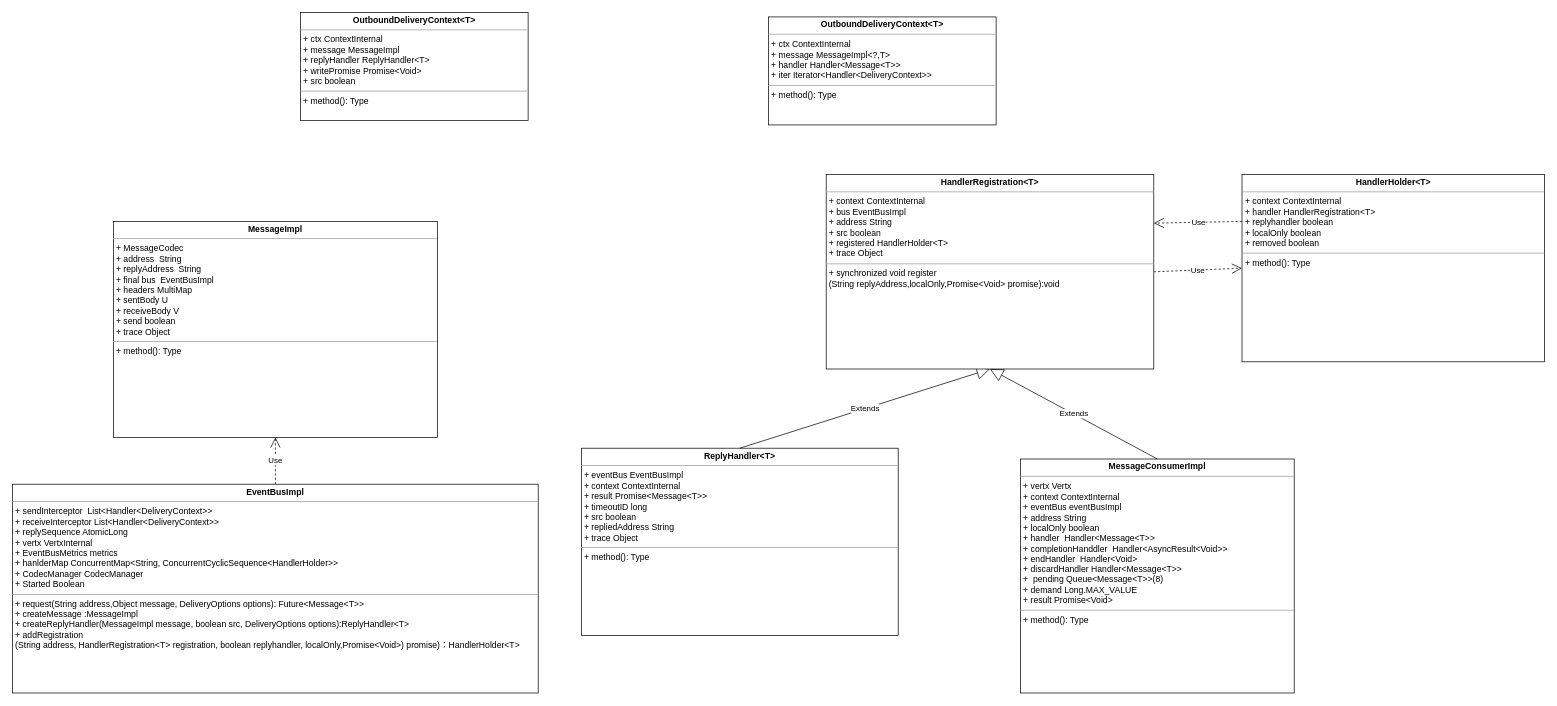
Earlier version of the draw.io diagram page "EventBus" (2 of 2) of VertX.drawio (Echidnaaa/draw). Source tidied: cells renumbered, new cells numbered last; positions are measured from the earlier drawing's top-left corner, leaving out a move shared by most shapes. Both pictures are drawn from the tidied source at 72%, with x=0, y=0 at pixel (12, 12).
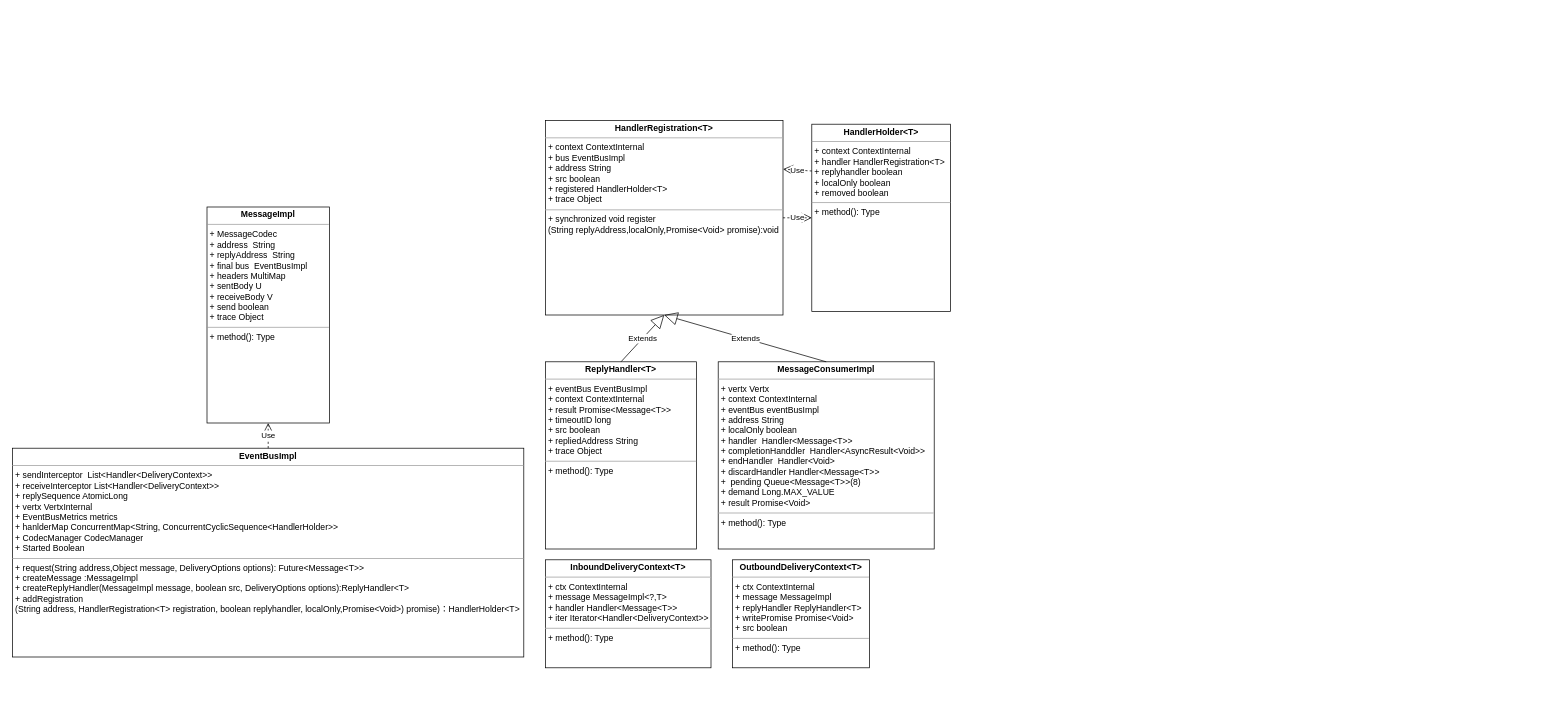
After the change.

Change to the diagram source:
```diff
@@
 <mxGraphModel>
   <root>
     <mxCell id="0" />
     <mxCell id="1" parent="0" />
     <mxCell id="2" value="&lt;p style=&quot;margin: 0px ; margin-top: 4px ; text-align: center&quot;&gt;&lt;b&gt;EventBusImpl&lt;/b&gt;&lt;/p&gt;&lt;hr size=&quot;1&quot;&gt;&lt;p style=&quot;margin: 0px ; margin-left: 4px&quot;&gt;+ sendInterceptor&amp;nbsp; List&amp;lt;Handler&amp;lt;DeliveryContext&amp;gt;&amp;gt;&lt;/p&gt;&lt;p style=&quot;margin: 0px ; margin-left: 4px&quot;&gt;+ receiveInterceptor List&amp;lt;Handler&amp;lt;DeliveryContext&amp;gt;&amp;gt;&lt;/p&gt;&lt;p style=&quot;margin: 0px ; margin-left: 4px&quot;&gt;+ replySequence AtomicLong&lt;/p&gt;&lt;p style=&quot;margin: 0px ; margin-left: 4px&quot;&gt;+ vertx VertxInternal&lt;/p&gt;&lt;p style=&quot;margin: 0px ; margin-left: 4px&quot;&gt;+ EventBusMetrics metrics&lt;/p&gt;&lt;p style=&quot;margin: 0px ; margin-left: 4px&quot;&gt;+ hanlderMap ConcurrentMap&amp;lt;String, ConcurrentCyclicSequence&amp;lt;HandlerHolder&amp;gt;&amp;gt;&lt;/p&gt;&lt;p style=&quot;margin: 0px ; margin-left: 4px&quot;&gt;+ CodecManager CodecManager&lt;/p&gt;&lt;p style=&quot;margin: 0px ; margin-left: 4px&quot;&gt;+ Started Boolean&lt;/p&gt;&lt;hr size=&quot;1&quot;&gt;&lt;p style=&quot;margin: 0px ; margin-left: 4px&quot;&gt;+ request(String address,Object message, DeliveryOptions options): Future&amp;lt;Message&amp;lt;T&amp;gt;&amp;gt;&lt;/p&gt;&lt;p style=&quot;margin: 0px ; margin-left: 4px&quot;&gt;+ createMessage :MessageImpl&lt;/p&gt;&lt;p style=&quot;margin: 0px ; margin-left: 4px&quot;&gt;+ createReplyHandler(MessageImpl message, boolean src, DeliveryOptions options):ReplyHandler&amp;lt;T&amp;gt;&lt;/p&gt;&lt;p style=&quot;margin: 0px ; margin-left: 4px&quot;&gt;+ addRegistration&lt;/p&gt;&lt;p style=&quot;margin: 0px ; margin-left: 4px&quot;&gt;(String address, HandlerRegistration&amp;lt;T&amp;gt; registration, boolean replyhandler, localOnly,Promise&amp;lt;Void&amp;gt;) promise)：HandlerHolder&amp;lt;T&amp;gt;&lt;/p&gt;" style="verticalAlign=top;align=left;overflow=fill;fontSize=12;fontFamily=Helvetica;html=1;" parent="1" vertex="1">
-      <mxGeometry y="655" width="730" height="290" as="geometry" />
+      <mxGeometry y="605" width="710" height="290" as="geometry" />
     </mxCell>
     <mxCell id="3" value="&lt;p style=&quot;margin: 0px ; margin-top: 4px ; text-align: center&quot;&gt;&lt;b&gt;MessageImpl&lt;/b&gt;&lt;/p&gt;&lt;hr size=&quot;1&quot;&gt;&lt;p style=&quot;margin: 0px ; margin-left: 4px&quot;&gt;+ MessageCodec&lt;/p&gt;&lt;p style=&quot;margin: 0px ; margin-left: 4px&quot;&gt;+ address&amp;nbsp; String&lt;/p&gt;&lt;p style=&quot;margin: 0px ; margin-left: 4px&quot;&gt;+ replyAddress&amp;nbsp; String&lt;/p&gt;&lt;p style=&quot;margin: 0px ; margin-left: 4px&quot;&gt;+ final bus&amp;nbsp; EventBusImpl&lt;/p&gt;&lt;p style=&quot;margin: 0px ; margin-left: 4px&quot;&gt;+ headers MultiMap&lt;/p&gt;&lt;p style=&quot;margin: 0px ; margin-left: 4px&quot;&gt;+ sentBody U&lt;/p&gt;&lt;p style=&quot;margin: 0px ; margin-left: 4px&quot;&gt;+ receiveBody V&lt;/p&gt;&lt;p style=&quot;margin: 0px ; margin-left: 4px&quot;&gt;+ send boolean&lt;/p&gt;&lt;p style=&quot;margin: 0px ; margin-left: 4px&quot;&gt;+ trace Object&lt;/p&gt;&lt;hr size=&quot;1&quot;&gt;&lt;p style=&quot;margin: 0px ; margin-left: 4px&quot;&gt;+ method(): Type&lt;/p&gt;" style="verticalAlign=top;align=left;overflow=fill;fontSize=12;fontFamily=Helvetica;html=1;" parent="1" vertex="1">
-      <mxGeometry x="140" y="290" width="450" height="300" as="geometry" />
+      <mxGeometry x="270" y="270" width="170" height="300" as="geometry" />
     </mxCell>
     <mxCell id="4" value="Use" style="endArrow=open;endSize=12;dashed=1;html=1;exitX=0.5;exitY=0;exitDx=0;exitDy=0;entryX=0.5;entryY=1;entryDx=0;entryDy=0;" parent="1" edge="1" source="2" target="3">
       <mxGeometry relative="1" as="geometry" />
     </mxCell>
     <mxCell id="5" value="&lt;p style=&quot;margin: 0px ; margin-top: 4px ; text-align: center&quot;&gt;&lt;b&gt;ReplyHandler&amp;lt;T&amp;gt;&lt;/b&gt;&lt;/p&gt;&lt;hr size=&quot;1&quot;&gt;&lt;p style=&quot;margin: 0px ; margin-left: 4px&quot;&gt;+ eventBus EventBusImpl&lt;/p&gt;&lt;p style=&quot;margin: 0px ; margin-left: 4px&quot;&gt;+ context ContextInternal&lt;/p&gt;&lt;p style=&quot;margin: 0px ; margin-left: 4px&quot;&gt;+ result Promise&amp;lt;Message&amp;lt;T&amp;gt;&amp;gt;&lt;/p&gt;&lt;p style=&quot;margin: 0px ; margin-left: 4px&quot;&gt;+ timeoutID long&lt;/p&gt;&lt;p style=&quot;margin: 0px ; margin-left: 4px&quot;&gt;+ src boolean&lt;/p&gt;&lt;p style=&quot;margin: 0px ; margin-left: 4px&quot;&gt;+ repliedAddress String&lt;/p&gt;&lt;p style=&quot;margin: 0px ; margin-left: 4px&quot;&gt;+ trace Object&lt;/p&gt;&lt;hr size=&quot;1&quot;&gt;&lt;p style=&quot;margin: 0px ; margin-left: 4px&quot;&gt;+ method(): Type&lt;/p&gt;" style="verticalAlign=top;align=left;overflow=fill;fontSize=12;fontFamily=Helvetica;html=1;" parent="1" vertex="1">
-      <mxGeometry x="790" y="605" width="440" height="260" as="geometry" />
+      <mxGeometry x="740" y="485" width="210" height="260" as="geometry" />
     </mxCell>
     <mxCell id="6" value="Extends" style="endArrow=block;endSize=16;endFill=0;html=1;exitX=0.5;exitY=0;exitDx=0;exitDy=0;entryX=0.5;entryY=1;entryDx=0;entryDy=0;" parent="1" edge="1" source="5" target="7">
       <mxGeometry relative="1" as="geometry" />
     </mxCell>
     <mxCell id="7" value="&lt;p style=&quot;margin: 0px ; margin-top: 4px ; text-align: center&quot;&gt;&lt;b&gt;HandlerRegistration&amp;lt;T&amp;gt;&lt;/b&gt;&lt;/p&gt;&lt;hr size=&quot;1&quot;&gt;&lt;p style=&quot;margin: 0px ; margin-left: 4px&quot;&gt;+ context ContextInternal&lt;/p&gt;&lt;p style=&quot;margin: 0px ; margin-left: 4px&quot;&gt;+ bus EventBusImpl&lt;/p&gt;&lt;p style=&quot;margin: 0px ; margin-left: 4px&quot;&gt;+ address String&lt;/p&gt;&lt;p style=&quot;margin: 0px ; margin-left: 4px&quot;&gt;+ src boolean&lt;/p&gt;&lt;p style=&quot;margin: 0px ; margin-left: 4px&quot;&gt;+ registered HandlerHolder&amp;lt;T&amp;gt;&lt;/p&gt;&lt;p style=&quot;margin: 0px ; margin-left: 4px&quot;&gt;+ trace Object&lt;/p&gt;&lt;hr size=&quot;1&quot;&gt;&lt;p style=&quot;margin: 0px ; margin-left: 4px&quot;&gt;+ synchronized void register&lt;/p&gt;&lt;p style=&quot;margin: 0px ; margin-left: 4px&quot;&gt;(String replyAddress,localOnly,Promise&amp;lt;Void&amp;gt; promise):void&lt;/p&gt;" style="verticalAlign=top;align=left;overflow=fill;fontSize=12;fontFamily=Helvetica;html=1;" parent="1" vertex="1">
-      <mxGeometry x="1130" y="225" width="455" height="270" as="geometry" />
+      <mxGeometry x="740" y="150" width="330" height="270" as="geometry" />
     </mxCell>
     <mxCell id="8" value="&lt;p style=&quot;margin: 0px ; margin-top: 4px ; text-align: center&quot;&gt;&lt;b&gt;HandlerHolder&amp;lt;T&amp;gt;&lt;/b&gt;&lt;/p&gt;&lt;hr size=&quot;1&quot;&gt;&lt;p style=&quot;margin: 0px ; margin-left: 4px&quot;&gt;+ context ContextInternal&lt;/p&gt;&lt;p style=&quot;margin: 0px ; margin-left: 4px&quot;&gt;+ handler HandlerRegistration&amp;lt;T&amp;gt;&lt;br&gt;+ replyhandler boolean&lt;/p&gt;&lt;p style=&quot;margin: 0px ; margin-left: 4px&quot;&gt;+ localOnly boolean&lt;/p&gt;&lt;p style=&quot;margin: 0px ; margin-left: 4px&quot;&gt;+ removed boolean&lt;/p&gt;&lt;hr size=&quot;1&quot;&gt;&lt;p style=&quot;margin: 0px ; margin-left: 4px&quot;&gt;+ method(): Type&lt;/p&gt;" style="verticalAlign=top;align=left;overflow=fill;fontSize=12;fontFamily=Helvetica;html=1;" parent="1" vertex="1">
-      <mxGeometry x="1707.5" y="225" width="420" height="260" as="geometry" />
+      <mxGeometry x="1110" y="155" width="192.5" height="260" as="geometry" />
     </mxCell>
     <mxCell id="9" value="Use" style="endArrow=open;endSize=12;dashed=1;html=1;exitX=1;exitY=0.5;exitDx=0;exitDy=0;entryX=0;entryY=0.5;entryDx=0;entryDy=0;" parent="1" edge="1" source="7" target="8">
       <mxGeometry relative="1" as="geometry" />
     </mxCell>
     <mxCell id="10" value="Use" style="endArrow=open;endSize=12;dashed=1;html=1;exitX=0;exitY=0.25;exitDx=0;exitDy=0;entryX=1;entryY=0.25;entryDx=0;entryDy=0;" parent="1" edge="1" source="8" target="7">
       <mxGeometry relative="1" as="geometry" />
     </mxCell>
     <mxCell id="11" value="&lt;p style=&quot;margin: 0px ; margin-top: 4px ; text-align: center&quot;&gt;&lt;b&gt;MessageConsumerImpl&lt;/b&gt;&lt;/p&gt;&lt;hr size=&quot;1&quot;&gt;&lt;p style=&quot;margin: 0px ; margin-left: 4px&quot;&gt;+ vertx Vertx&lt;/p&gt;&lt;p style=&quot;margin: 0px ; margin-left: 4px&quot;&gt;+ context ContextInternal&lt;/p&gt;&lt;p style=&quot;margin: 0px ; margin-left: 4px&quot;&gt;+ eventBus eventBusImpl&lt;/p&gt;&lt;p style=&quot;margin: 0px ; margin-left: 4px&quot;&gt;+ address String&lt;/p&gt;&lt;p style=&quot;margin: 0px ; margin-left: 4px&quot;&gt;+ localOnly boolean&lt;/p&gt;&lt;p style=&quot;margin: 0px ; margin-left: 4px&quot;&gt;+ handler&amp;nbsp; Handler&amp;lt;Message&amp;lt;T&amp;gt;&amp;gt;&lt;/p&gt;&lt;p style=&quot;margin: 0px ; margin-left: 4px&quot;&gt;+ completionHanddler&amp;nbsp; Handler&amp;lt;AsyncResult&amp;lt;Void&amp;gt;&amp;gt;&lt;/p&gt;&lt;p style=&quot;margin: 0px ; margin-left: 4px&quot;&gt;+ endHandler&amp;nbsp; Handler&amp;lt;Void&amp;gt;&lt;/p&gt;&lt;p style=&quot;margin: 0px ; margin-left: 4px&quot;&gt;+ discardHandler Handler&amp;lt;Message&amp;lt;T&amp;gt;&amp;gt;&lt;/p&gt;&lt;p style=&quot;margin: 0px ; margin-left: 4px&quot;&gt;+&amp;nbsp; pending Queue&amp;lt;Message&amp;lt;T&amp;gt;&amp;gt;(8)&lt;/p&gt;&lt;p style=&quot;margin: 0px ; margin-left: 4px&quot;&gt;+ demand Long.MAX_VALUE&lt;/p&gt;&lt;p style=&quot;margin: 0px ; margin-left: 4px&quot;&gt;+ result Promise&amp;lt;Void&amp;gt;&lt;/p&gt;&lt;hr size=&quot;1&quot;&gt;&lt;p style=&quot;margin: 0px ; margin-left: 4px&quot;&gt;+ method(): Type&lt;/p&gt;" style="verticalAlign=top;align=left;overflow=fill;fontSize=12;fontFamily=Helvetica;html=1;" parent="1" vertex="1">
-      <mxGeometry x="1400" y="620" width="380" height="325" as="geometry" />
+      <mxGeometry x="980" y="485" width="300" height="260" as="geometry" />
     </mxCell>
     <mxCell id="12" value="Extends" style="endArrow=block;endSize=16;endFill=0;html=1;exitX=0.5;exitY=0;exitDx=0;exitDy=0;entryX=0.5;entryY=1;entryDx=0;entryDy=0;" parent="1" edge="1" source="11" target="7">
       <mxGeometry relative="1" as="geometry" />
     </mxCell>
     <mxCell id="13" value="&lt;p style=&quot;margin: 0px ; margin-top: 4px ; text-align: center&quot;&gt;&lt;b&gt;OutboundDeliveryContext&amp;lt;T&amp;gt;&lt;/b&gt;&lt;/p&gt;&lt;hr size=&quot;1&quot;&gt;&lt;p style=&quot;margin: 0px ; margin-left: 4px&quot;&gt;+ ctx ContextInternal&lt;/p&gt;&lt;p style=&quot;margin: 0px ; margin-left: 4px&quot;&gt;+ message MessageImpl&lt;/p&gt;&lt;p style=&quot;margin: 0px ; margin-left: 4px&quot;&gt;+ replyHandler ReplyHandler&amp;lt;T&amp;gt;&lt;/p&gt;&lt;p style=&quot;margin: 0px ; margin-left: 4px&quot;&gt;+ writePromise Promise&amp;lt;Void&amp;gt;&lt;/p&gt;&lt;p style=&quot;margin: 0px ; margin-left: 4px&quot;&gt;+ src boolean&lt;/p&gt;&lt;hr size=&quot;1&quot;&gt;&lt;p style=&quot;margin: 0px ; margin-left: 4px&quot;&gt;+ method(): Type&lt;/p&gt;" style="verticalAlign=top;align=left;overflow=fill;fontSize=12;fontFamily=Helvetica;html=1;" parent="1" vertex="1">
-      <mxGeometry x="400" width="316" height="150" as="geometry" />
+      <mxGeometry x="1000" y="760" width="190" height="150" as="geometry" />
     </mxCell>
-    <mxCell id="14" value="&lt;p style=&quot;margin: 0px ; margin-top: 4px ; text-align: center&quot;&gt;&lt;b&gt;OutboundDeliveryContext&amp;lt;T&amp;gt;&lt;/b&gt;&lt;/p&gt;&lt;hr size=&quot;1&quot;&gt;&lt;p style=&quot;margin: 0px ; margin-left: 4px&quot;&gt;+ ctx ContextInternal&lt;/p&gt;&lt;p style=&quot;margin: 0px ; margin-left: 4px&quot;&gt;+ message MessageImpl&amp;lt;?,T&amp;gt;&lt;/p&gt;&lt;p style=&quot;margin: 0px ; margin-left: 4px&quot;&gt;+ handler Handler&amp;lt;Message&amp;lt;T&amp;gt;&amp;gt;&lt;/p&gt;&lt;p style=&quot;margin: 0px ; margin-left: 4px&quot;&gt;+ iter Iterator&amp;lt;Handler&amp;lt;DeliveryContext&amp;gt;&amp;gt;&lt;br&gt;&lt;/p&gt;&lt;hr size=&quot;1&quot;&gt;&lt;p style=&quot;margin: 0px ; margin-left: 4px&quot;&gt;+ method(): Type&lt;/p&gt;" style="verticalAlign=top;align=left;overflow=fill;fontSize=12;fontFamily=Helvetica;html=1;" parent="1" vertex="1">
-      <mxGeometry x="1050" y="6" width="316" height="150" as="geometry" />
+    <mxCell id="14" value="&lt;p style=&quot;margin: 0px ; margin-top: 4px ; text-align: center&quot;&gt;&lt;b&gt;InboundDeliveryContext&amp;lt;T&amp;gt;&lt;/b&gt;&lt;/p&gt;&lt;hr size=&quot;1&quot;&gt;&lt;p style=&quot;margin: 0px ; margin-left: 4px&quot;&gt;+ ctx ContextInternal&lt;/p&gt;&lt;p style=&quot;margin: 0px ; margin-left: 4px&quot;&gt;+ message MessageImpl&amp;lt;?,T&amp;gt;&lt;/p&gt;&lt;p style=&quot;margin: 0px ; margin-left: 4px&quot;&gt;+ handler Handler&amp;lt;Message&amp;lt;T&amp;gt;&amp;gt;&lt;/p&gt;&lt;p style=&quot;margin: 0px ; margin-left: 4px&quot;&gt;+ iter Iterator&amp;lt;Handler&amp;lt;DeliveryContext&amp;gt;&amp;gt;&lt;br&gt;&lt;/p&gt;&lt;hr size=&quot;1&quot;&gt;&lt;p style=&quot;margin: 0px ; margin-left: 4px&quot;&gt;+ method(): Type&lt;/p&gt;" style="verticalAlign=top;align=left;overflow=fill;fontSize=12;fontFamily=Helvetica;html=1;" parent="1" vertex="1">
+      <mxGeometry x="740" y="760" width="230" height="150" as="geometry" />
     </mxCell>
   </root>
 </mxGraphModel>
```
